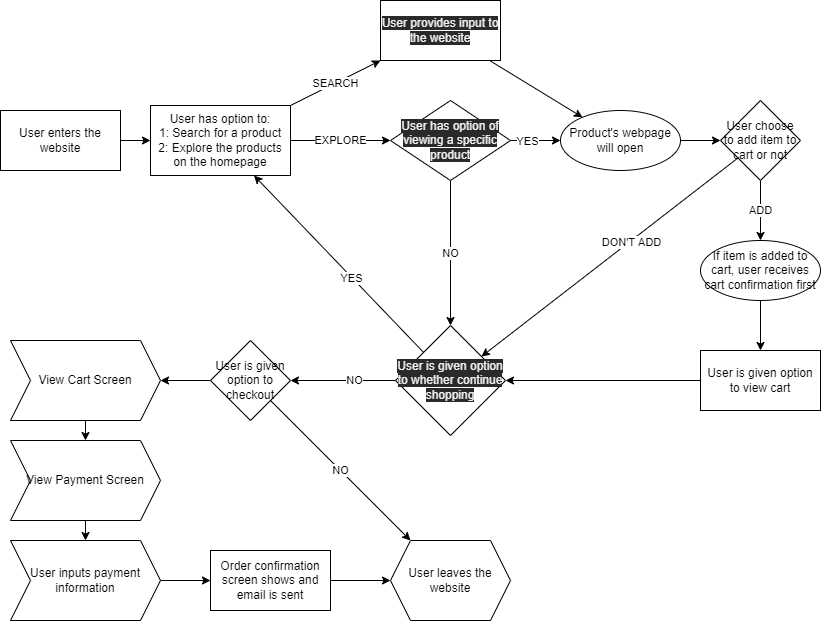
This is explore/diagramming/diagram.drawio.png from h1choi0918/fa22-cse110-lab4, a draw.io export, as it was before one commit. Source tidied: cells renumbered, new cells last; positions are measured from the earlier drawing's top-left corner, leaving out a move shared by most shapes.
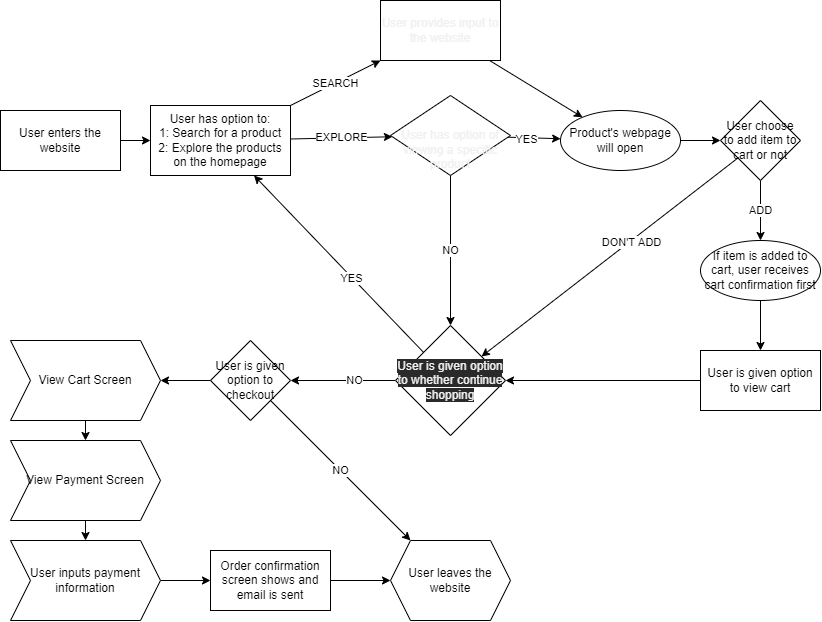
Above is the later version.

Diff of the diagram source:
```diff
@@ -26,8 +26,8 @@
     <mxCell id="9" value="NO" style="edgeStyle=none;html=1;rounded=0;" parent="1" edge="1" source="10" target="25">
       <mxGeometry relative="1" as="geometry" />
     </mxCell>
-    <mxCell id="10" value="&#10;&#10;&lt;span style=&quot;color: rgb(240, 240, 240); font-family: helvetica; font-size: 12px; font-style: normal; font-weight: 400; letter-spacing: normal; text-align: center; text-indent: 0px; text-transform: none; word-spacing: 0px; background-color: rgb(42, 42, 42); display: inline; float: none;&quot;&gt;User has option of viewing a specific product&lt;/span&gt;&#10;&#10;" style="rhombus;whiteSpace=wrap;html=1;rounded=0;" parent="1" vertex="1">
-      <mxGeometry x="390" y="100" width="120" height="80" as="geometry" />
+    <mxCell id="10" value="&lt;br&gt;&lt;br&gt;&lt;span style=&quot;color: rgb(240 , 240 , 240) ; font-family: &amp;#34;helvetica&amp;#34; ; font-size: 12px ; font-style: normal ; font-weight: 400 ; letter-spacing: normal ; text-align: center ; text-indent: 0px ; text-transform: none ; word-spacing: 0px ; display: inline ; float: none&quot;&gt;User has option of viewing a specific product&lt;/span&gt;&lt;br&gt;" style="rhombus;whiteSpace=wrap;html=1;rounded=0;" parent="1" vertex="1">
+      <mxGeometry x="390" y="95" width="120" height="80" as="geometry" />
     </mxCell>
     <mxCell id="11" style="edgeStyle=none;html=1;rounded=0;" parent="1" edge="1" source="12" target="18">
       <mxGeometry relative="1" as="geometry" />
@@ -77,7 +77,7 @@
     <mxCell id="26" style="edgeStyle=none;html=1;rounded=0;" parent="1" edge="1" source="27" target="12">
       <mxGeometry relative="1" as="geometry" />
     </mxCell>
-    <mxCell id="27" value="&lt;span style=&quot;color: rgb(240 , 240 , 240) ; font-family: &amp;#34;helvetica&amp;#34; ; font-size: 12px ; font-style: normal ; font-weight: 400 ; letter-spacing: normal ; text-align: center ; text-indent: 0px ; text-transform: none ; word-spacing: 0px ; background-color: rgb(42 , 42 , 42) ; display: inline ; float: none&quot;&gt;User provides input to the website&lt;/span&gt;&lt;br&gt;" style="whiteSpace=wrap;html=1;rounded=0;" parent="1" vertex="1">
+    <mxCell id="27" value="&lt;span style=&quot;color: rgb(240 , 240 , 240) ; font-family: &amp;#34;helvetica&amp;#34; ; font-size: 12px ; font-style: normal ; font-weight: 400 ; letter-spacing: normal ; text-align: center ; text-indent: 0px ; text-transform: none ; word-spacing: 0px ; display: inline ; float: none&quot;&gt;User provides input to the website&lt;/span&gt;" style="whiteSpace=wrap;html=1;rounded=0;" parent="1" vertex="1">
       <mxGeometry x="380" width="120" height="60" as="geometry" />
     </mxCell>
     <mxCell id="28" style="edgeStyle=none;html=1;rounded=0;" parent="1" edge="1" source="30" target="32">
```
